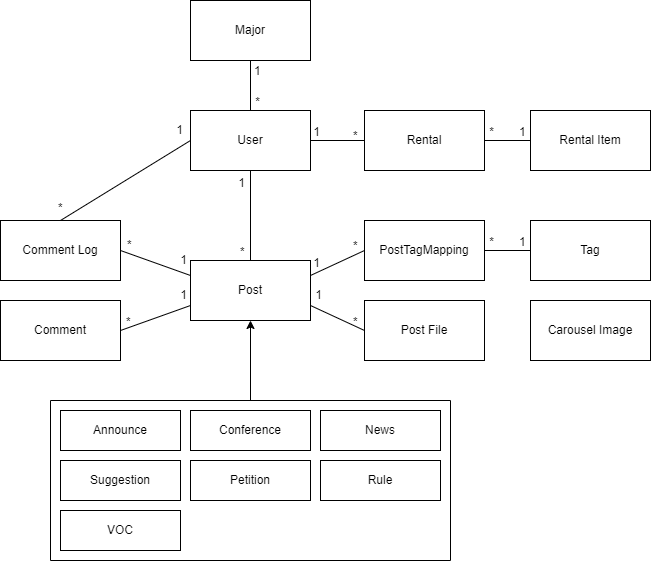
EveryUniv/student-council-homepage-backend keeps this draw.io diagram as docs/images/domain_model.png. Above is the earlier version. Source tidied: cells renumbered, new cells last; positions are measured from the earlier drawing's top-left corner, leaving out a move shared by most shapes.
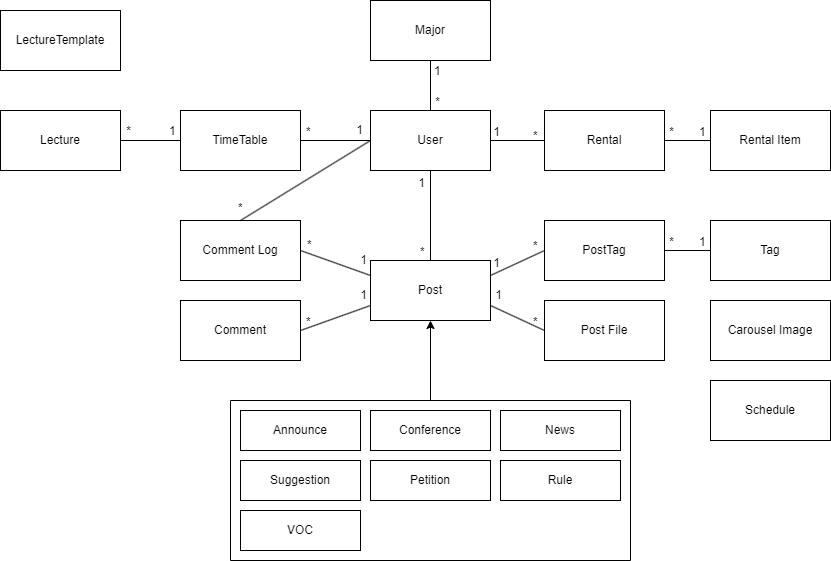
The same diagram one commit later.

The edit, as a diff of the source:
```diff
@@ -75,7 +75,7 @@
     <mxCell id="20" style="edgeStyle=orthogonalEdgeStyle;rounded=0;jettySize=auto;html=1;exitX=0.5;exitY=0;exitDx=0;exitDy=0;entryX=0.5;entryY=1;entryDx=0;entryDy=0;" parent="1" edge="1" source="39" target="2">
       <mxGeometry relative="1" as="geometry" />
     </mxCell>
-    <mxCell id="21" value="PostTagMapping" style="rounded=0;whiteSpace=wrap;html=1;" parent="1" vertex="1">
+    <mxCell id="21" value="PostTag" style="rounded=0;whiteSpace=wrap;html=1;" parent="1" vertex="1">
       <mxGeometry x="364" y="220" width="120" height="60" as="geometry" />
     </mxCell>
     <mxCell id="22" style="endArrow=none;html=1;rounded=0;entryX=1;entryY=0.25;entryDx=0;entryDy=0;exitX=0;exitY=0.5;exitDx=0;exitDy=0;" parent="1" edge="1" source="21" target="2">
@@ -192,5 +192,38 @@
         <mxPoint x="10" as="offset" />
       </mxGeometry>
     </mxCell>
+    <mxCell id="52" value="TimeTable" style="rounded=0;whiteSpace=wrap;html=1;" parent="1" vertex="1">
+      <mxGeometry y="110" width="120" height="60" as="geometry" />
+    </mxCell>
+    <mxCell id="53" style="endArrow=none;html=1;rounded=0;entryX=0;entryY=0.5;entryDx=0;entryDy=0;exitX=1;exitY=0.5;exitDx=0;exitDy=0;" parent="1" edge="1" source="52" target="4">
+      <mxGeometry relative="1" as="geometry" />
+    </mxCell>
+    <mxCell id="54" value="*" style="html=1;align=left;verticalAlign=bottom;" parent="53" vertex="1">
+      <mxGeometry x="-1" relative="1" as="geometry">
+        <mxPoint x="4" as="offset" />
+      </mxGeometry>
+    </mxCell>
+    <mxCell id="55" value="Lecture" style="rounded=0;whiteSpace=wrap;html=1;" parent="1" vertex="1">
+      <mxGeometry x="-180" y="110" width="120" height="60" as="geometry" />
+    </mxCell>
+    <mxCell id="56" style="endArrow=none;html=1;rounded=0;entryX=1;entryY=0.5;entryDx=0;entryDy=0;exitX=0;exitY=0.5;exitDx=0;exitDy=0;" parent="1" edge="1" source="52" target="55">
+      <mxGeometry relative="1" as="geometry" />
+    </mxCell>
+    <mxCell id="57" value="1" style="html=1;align=left;verticalAlign=bottom;" parent="56" vertex="1">
+      <mxGeometry x="-1" relative="1" as="geometry">
+        <mxPoint x="-13" y="-1" as="offset" />
+      </mxGeometry>
+    </mxCell>
+    <mxCell id="58" value="*" style="html=1;align=right;verticalAlign=bottom;" parent="56" vertex="1">
+      <mxGeometry x="1" relative="1" as="geometry">
+        <mxPoint x="11" y="-1" as="offset" />
+      </mxGeometry>
+    </mxCell>
+    <mxCell id="59" value="LectureTemplate" style="rounded=0;whiteSpace=wrap;html=1;" parent="1" vertex="1">
+      <mxGeometry x="-180" y="10" width="120" height="60" as="geometry" />
+    </mxCell>
+    <mxCell id="60" value="Schedule" style="rounded=0;whiteSpace=wrap;html=1;" parent="1" vertex="1">
+      <mxGeometry x="530" y="380" width="120" height="60" as="geometry" />
+    </mxCell>
   </root>
 </mxGraphModel>
```
